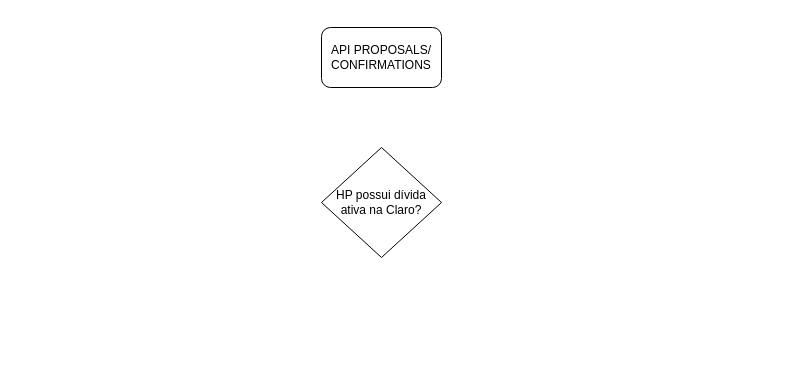
Before: US 194556 - API de retorno dos dados da Divida Ativa.drawio in samirali/ClaroBrasil, a draw.io diagram. Source tidied: cells renumbered, new cells numbered last; positions are measured from the earlier drawing's top-left corner, leaving out a move shared by most shapes. Both pictures are drawn from the tidied source at 100%, with x=0, y=0 at pixel (321, 27).
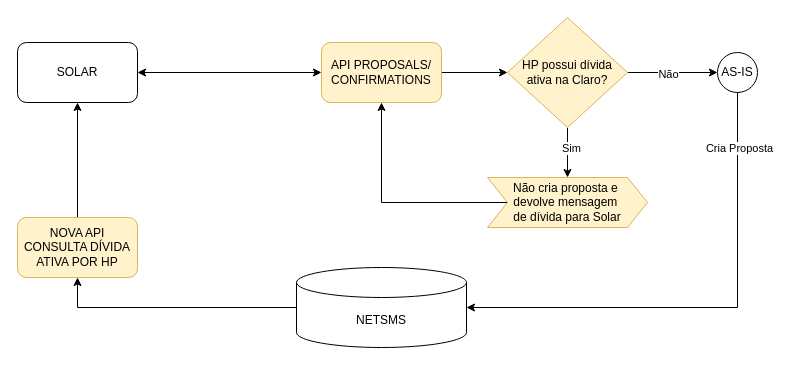
After the change.

The edit, as a diff of the source:
```diff
@@
+    <mxCell id="4" style="edgeStyle=orthogonalEdgeStyle;rounded=0;jettySize=auto;html=1;entryX=0;entryY=0.5;entryDx=0;entryDy=0;" parent="1" edge="1" source="2" target="3">
+      <mxGeometry relative="1" as="geometry" />
+    </mxCell>
-    <mxCell id="2" value="API PROPOSALS/&lt;div&gt;CONFIRMATIONS&lt;/div&gt;" style="rounded=1;whiteSpace=wrap;html=1;" parent="1" vertex="1">
-      <mxGeometry width="120" height="60" as="geometry" />
+    <mxCell id="2" value="API PROPOSALS/&lt;div&gt;CONFIRMATIONS&lt;/div&gt;" style="rounded=1;whiteSpace=wrap;html=1;fillColor=#fff2cc;strokeColor=#d6b656;" parent="1" vertex="1">
+      <mxGeometry y="15" width="120" height="60" as="geometry" />
     </mxCell>
+    <mxCell id="5" style="edgeStyle=orthogonalEdgeStyle;rounded=0;jettySize=auto;html=1;entryX=0;entryY=0.5;entryDx=0;entryDy=0;" parent="1" edge="1" source="3" target="9">
+      <mxGeometry relative="1" as="geometry" />
+    </mxCell>
+    <mxCell id="6" value="Não" style="edgeLabel;html=1;align=center;verticalAlign=middle;" parent="5" vertex="1">
+      <mxGeometry x="-0.12" y="-1" relative="1" as="geometry" />
+    </mxCell>
+    <mxCell id="7" style="edgeStyle=orthogonalEdgeStyle;rounded=0;jettySize=auto;html=1;entryX=0.5;entryY=0;entryDx=0;entryDy=0;" parent="1" edge="1" source="3" target="11">
+      <mxGeometry relative="1" as="geometry" />
+    </mxCell>
+    <mxCell id="8" value="Sim" style="edgeLabel;html=1;align=center;verticalAlign=middle;" parent="7" vertex="1">
+      <mxGeometry x="-0.21" y="3" relative="1" as="geometry" />
+    </mxCell>
-    <mxCell id="3" value="HP possui dívida ativa na Claro?" style="rhombus;whiteSpace=wrap;html=1;" parent="1" vertex="1">
-      <mxGeometry y="120" width="120" height="110" as="geometry" />
+    <mxCell id="3" value="HP possui dívida ativa na Claro?" style="rhombus;whiteSpace=wrap;html=1;fillColor=#fff2cc;strokeColor=#d6b656;" parent="1" vertex="1">
+      <mxGeometry x="186" y="-10" width="120" height="110" as="geometry" />
     </mxCell>
+    <mxCell id="9" value="AS-IS" style="ellipse;whiteSpace=wrap;html=1;" parent="1" vertex="1">
+      <mxGeometry x="396" y="25" width="40" height="40" as="geometry" />
+    </mxCell>
+    <mxCell id="10" style="edgeStyle=orthogonalEdgeStyle;rounded=0;jettySize=auto;html=1;entryX=0.5;entryY=1;entryDx=0;entryDy=0;" parent="1" edge="1" source="11" target="2">
+      <mxGeometry relative="1" as="geometry" />
+    </mxCell>
+    <mxCell id="11" value="Não cria proposta e&amp;nbsp;&lt;div&gt;devolve mensagem&amp;nbsp;&lt;/div&gt;&lt;div&gt;de dívida para Solar&lt;/div&gt;" style="shape=step;perimeter=stepPerimeter;whiteSpace=wrap;html=1;fixedSize=1;fillColor=#fff2cc;strokeColor=#d6b656;" parent="1" vertex="1">
+      <mxGeometry x="166" y="150" width="160" height="50" as="geometry" />
+    </mxCell>
+    <mxCell id="12" style="edgeStyle=orthogonalEdgeStyle;rounded=0;jettySize=auto;html=1;entryX=0;entryY=0.5;entryDx=0;entryDy=0;startArrow=classic;startFill=1;" parent="1" edge="1" source="13" target="2">
+      <mxGeometry relative="1" as="geometry" />
+    </mxCell>
+    <mxCell id="13" value="SOLAR" style="rounded=1;whiteSpace=wrap;html=1;" parent="1" vertex="1">
+      <mxGeometry x="-304" y="15" width="120" height="60" as="geometry" />
+    </mxCell>
+    <mxCell id="14" style="edgeStyle=orthogonalEdgeStyle;rounded=0;jettySize=auto;html=1;entryX=0.5;entryY=1;entryDx=0;entryDy=0;" parent="1" edge="1" source="15" target="13">
+      <mxGeometry relative="1" as="geometry" />
+    </mxCell>
+    <mxCell id="15" value="NOVA API CONSULTA DÍVIDA ATIVA POR HP" style="rounded=1;whiteSpace=wrap;html=1;fillColor=#fff2cc;strokeColor=#d6b656;" parent="1" vertex="1">
+      <mxGeometry x="-304" y="190" width="120" height="60" as="geometry" />
+    </mxCell>
+    <mxCell id="16" style="edgeStyle=orthogonalEdgeStyle;rounded=0;jettySize=auto;html=1;entryX=0.5;entryY=1;entryDx=0;entryDy=0;" parent="1" edge="1" source="17" target="15">
+      <mxGeometry relative="1" as="geometry" />
+    </mxCell>
+    <mxCell id="17" value="NETSMS" style="shape=cylinder3;whiteSpace=wrap;html=1;boundedLbl=1;backgroundOutline=1;size=15;" parent="1" vertex="1">
+      <mxGeometry x="-25" y="240" width="170" height="80" as="geometry" />
+    </mxCell>
+    <mxCell id="18" style="edgeStyle=orthogonalEdgeStyle;rounded=0;jettySize=auto;html=1;entryX=1;entryY=0.5;entryDx=0;entryDy=0;entryPerimeter=0;" parent="1" edge="1" source="9" target="17">
+      <mxGeometry relative="1" as="geometry">
+        <Array as="points">
+          <mxPoint x="416" y="280" />
+        </Array>
+      </mxGeometry>
+    </mxCell>
+    <mxCell id="19" value="Cria Proposta" style="edgeLabel;html=1;align=center;verticalAlign=middle;" parent="18" vertex="1">
+      <mxGeometry x="0.01" y="-1" relative="1" as="geometry">
+        <mxPoint x="31" y="-159" as="offset" />
+      </mxGeometry>
+    </mxCell>
```
